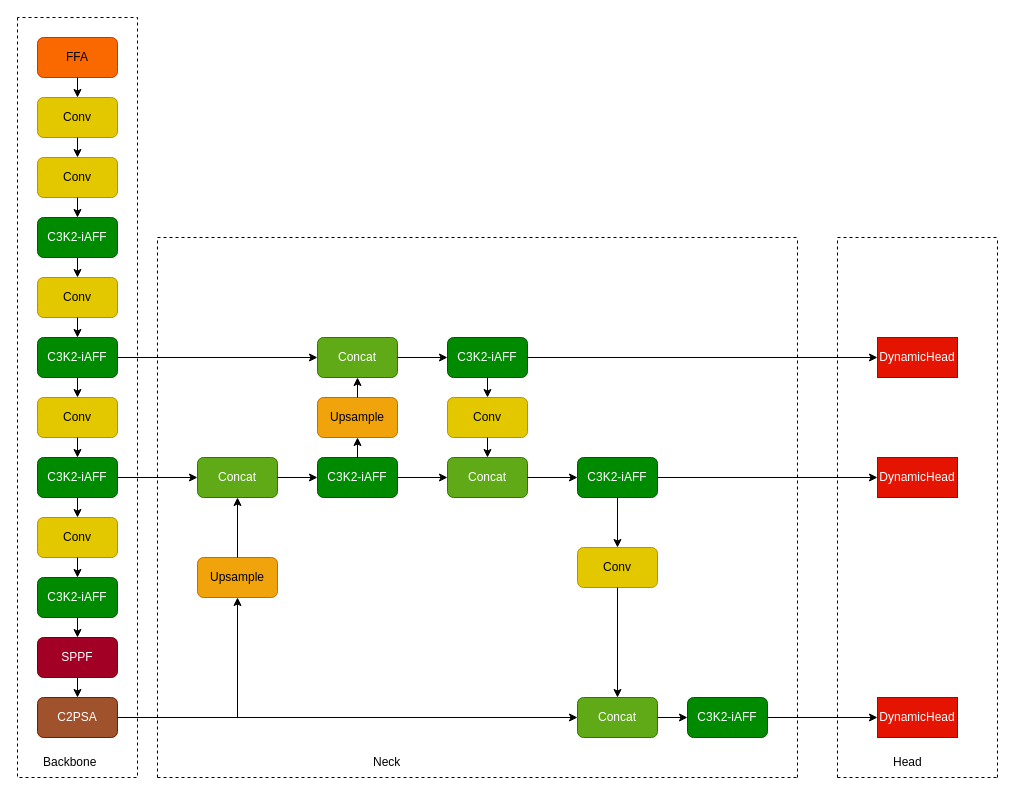
Earlier version of the draw.io diagram WFD-yolo11.drawio (lgq622/long). Source tidied: cells renumbered, new cells numbered last; positions are measured from the earlier drawing's top-left corner, leaving out a move shared by most shapes. Both pictures are drawn from the tidied source at 100%, with x=0, y=0 at pixel (17, 17).
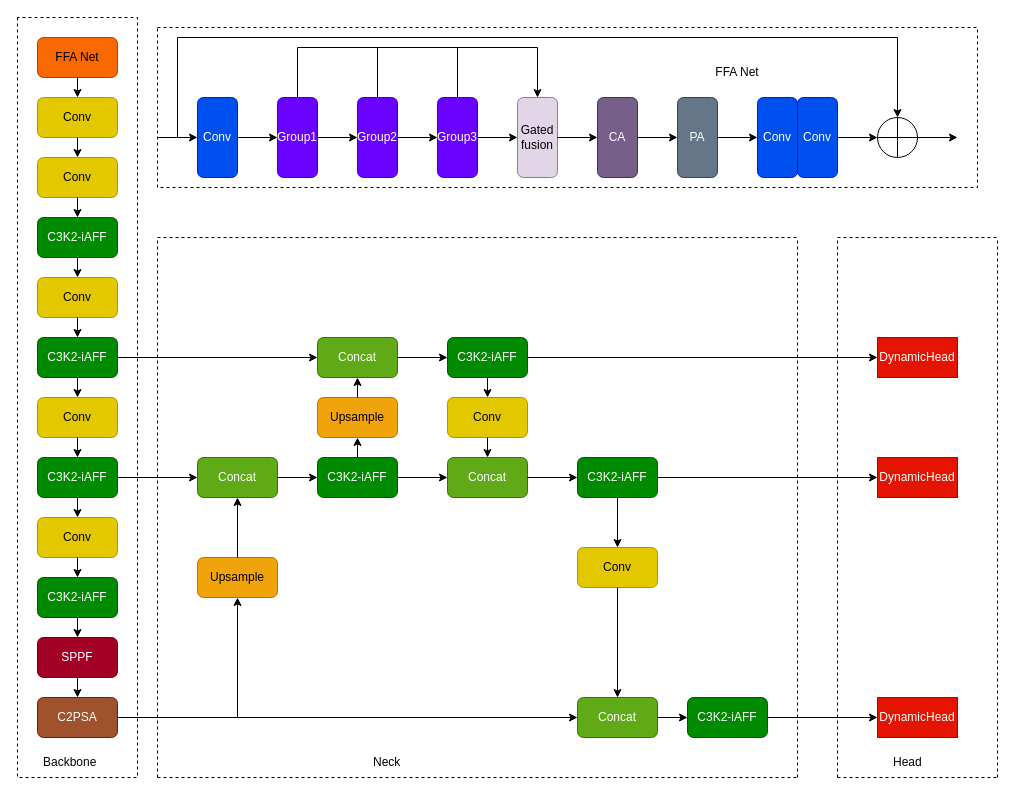
The same page after the edit.

What changed in the source:
```diff
@@
-    <mxCell id="20" value="FFA" style="rounded=1;whiteSpace=wrap;html=1;fillColor=#fa6800;strokeColor=#C73500;fontColor=#000000;" parent="1" vertex="1">
+    <mxCell id="20" value="FFA Net" style="rounded=1;whiteSpace=wrap;html=1;fillColor=#fa6800;strokeColor=#C73500;fontColor=#000000;" parent="1" vertex="1">
       <mxGeometry x="20" y="20" width="80" height="40" as="geometry" />
     </mxCell>
@@
+    <mxCell id="72" value="Conv" style="rounded=1;whiteSpace=wrap;html=1;fillColor=#0050ef;strokeColor=#001DBC;fontColor=#ffffff;direction=south;" parent="1" vertex="1">
+      <mxGeometry x="180" y="80" width="40" height="80" as="geometry" />
+    </mxCell>
+    <mxCell id="73" value="Group1" style="rounded=1;whiteSpace=wrap;html=1;fillColor=#6a00ff;fontColor=#ffffff;strokeColor=#3700CC;direction=south;" parent="1" vertex="1">
+      <mxGeometry x="260" y="80" width="40" height="80" as="geometry" />
+    </mxCell>
+    <mxCell id="74" value="Gated fusion" style="rounded=1;whiteSpace=wrap;html=1;fillColor=#e1d5e7;strokeColor=#9673a6;direction=south;" parent="1" vertex="1">
+      <mxGeometry x="500" y="80" width="40" height="80" as="geometry" />
+    </mxCell>
+    <mxCell id="75" value="CA" style="rounded=1;whiteSpace=wrap;html=1;fillColor=#76608a;fontColor=#ffffff;strokeColor=#432D57;direction=south;" parent="1" vertex="1">
+      <mxGeometry x="580" y="80" width="40" height="80" as="geometry" />
+    </mxCell>
+    <mxCell id="76" value="PA" style="rounded=1;whiteSpace=wrap;html=1;fillColor=#647687;fontColor=#ffffff;strokeColor=#314354;direction=south;" parent="1" vertex="1">
+      <mxGeometry x="660" y="80" width="40" height="80" as="geometry" />
+    </mxCell>
+    <mxCell id="77" style="endArrow=classic;html=1;rounded=0;" parent="1" edge="1" target="72">
+      <mxGeometry relative="1" as="geometry">
+        <mxPoint x="140" y="120" as="sourcePoint" />
+      </mxGeometry>
+    </mxCell>
+    <mxCell id="78" value="Group2" style="rounded=1;whiteSpace=wrap;html=1;fillColor=#6a00ff;fontColor=#ffffff;strokeColor=#3700CC;direction=south;" parent="1" vertex="1">
+      <mxGeometry x="340" y="80" width="40" height="80" as="geometry" />
+    </mxCell>
+    <mxCell id="79" value="Group3" style="rounded=1;whiteSpace=wrap;html=1;fillColor=#6a00ff;fontColor=#ffffff;strokeColor=#3700CC;direction=south;" parent="1" vertex="1">
+      <mxGeometry x="420" y="80" width="40" height="80" as="geometry" />
+    </mxCell>
+    <mxCell id="80" style="endArrow=classic;html=1;rounded=0;" parent="1" edge="1" source="72">
+      <mxGeometry relative="1" as="geometry">
+        <mxPoint x="260" y="120" as="targetPoint" />
+      </mxGeometry>
+    </mxCell>
+    <mxCell id="81" style="endArrow=classic;html=1;rounded=0;exitX=0.5;exitY=0;exitDx=0;exitDy=0;" parent="1" edge="1" source="73">
+      <mxGeometry relative="1" as="geometry">
+        <mxPoint x="340" y="120" as="targetPoint" />
+      </mxGeometry>
+    </mxCell>
+    <mxCell id="82" style="endArrow=classic;html=1;rounded=0;" parent="1" edge="1" source="78">
+      <mxGeometry relative="1" as="geometry">
+        <mxPoint x="420" y="120" as="targetPoint" />
+      </mxGeometry>
+    </mxCell>
+    <mxCell id="83" style="endArrow=classic;html=1;rounded=0;" parent="1" edge="1" source="79">
+      <mxGeometry relative="1" as="geometry">
+        <mxPoint x="500" y="120" as="targetPoint" />
+      </mxGeometry>
+    </mxCell>
+    <mxCell id="84" style="endArrow=classic;html=1;rounded=0;exitX=0.5;exitY=0;exitDx=0;exitDy=0;" parent="1" edge="1" source="74">
+      <mxGeometry relative="1" as="geometry">
+        <mxPoint x="580" y="120" as="targetPoint" />
+      </mxGeometry>
+    </mxCell>
+    <mxCell id="85" style="endArrow=classic;html=1;rounded=0;exitX=0.5;exitY=0;exitDx=0;exitDy=0;" parent="1" edge="1" source="75">
+      <mxGeometry relative="1" as="geometry">
+        <mxPoint x="660" y="120" as="targetPoint" />
+      </mxGeometry>
+    </mxCell>
+    <mxCell id="86" value="Conv" style="rounded=1;whiteSpace=wrap;html=1;fillColor=#0050ef;strokeColor=#001DBC;fontColor=#ffffff;direction=south;" parent="1" vertex="1">
+      <mxGeometry x="740" y="80" width="40" height="80" as="geometry" />
+    </mxCell>
+    <mxCell id="87" value="Conv" style="rounded=1;whiteSpace=wrap;html=1;fillColor=#0050ef;strokeColor=#001DBC;fontColor=#ffffff;direction=south;" parent="1" vertex="1">
+      <mxGeometry x="780" y="80" width="40" height="80" as="geometry" />
+    </mxCell>
+    <mxCell id="88" style="endArrow=classic;html=1;rounded=0;" parent="1" edge="1" source="76">
+      <mxGeometry relative="1" as="geometry">
+        <mxPoint x="740" y="120" as="targetPoint" />
+      </mxGeometry>
+    </mxCell>
+    <mxCell id="89" style="endArrow=classic;html=1;rounded=0;exitX=0.5;exitY=0;exitDx=0;exitDy=0;" parent="1" edge="1" source="87">
+      <mxGeometry relative="1" as="geometry">
+        <mxPoint x="860" y="120" as="targetPoint" />
+      </mxGeometry>
+    </mxCell>
+    <mxCell id="90" style="endArrow=classic;html=1;rounded=0;entryX=0.5;entryY=0;entryDx=0;entryDy=0;" parent="1" edge="1" target="91">
+      <mxGeometry relative="1" as="geometry">
+        <mxPoint x="160" y="120" as="sourcePoint" />
+        <Array as="points">
+          <mxPoint x="160" y="20" />
+          <mxPoint x="880" y="20" />
+        </Array>
+      </mxGeometry>
+    </mxCell>
+    <mxCell id="91" style="ellipse;whiteSpace=wrap;html=1;" parent="1" vertex="1">
+      <mxGeometry x="860" y="100" width="40" height="40" as="geometry" />
+    </mxCell>
+    <mxCell id="92" style="endArrow=none;html=1;rounded=0;entryX=0.5;entryY=0;entryDx=0;entryDy=0;exitX=0.5;exitY=1;exitDx=0;exitDy=0;" parent="1" edge="1" source="91" target="91">
+      <mxGeometry relative="1" as="geometry" />
+    </mxCell>
+    <mxCell id="93" style="endArrow=none;html=1;rounded=0;exitX=1;exitY=0.5;exitDx=0;exitDy=0;entryX=0;entryY=0.5;entryDx=0;entryDy=0;" parent="1" edge="1" source="91" target="91">
+      <mxGeometry relative="1" as="geometry" />
+    </mxCell>
+    <mxCell id="94" style="endArrow=classic;html=1;rounded=0;" parent="1" edge="1">
+      <mxGeometry relative="1" as="geometry">
+        <mxPoint x="900" y="120" as="sourcePoint" />
+        <mxPoint x="940" y="120" as="targetPoint" />
+      </mxGeometry>
+    </mxCell>
+    <mxCell id="95" style="endArrow=classic;html=1;rounded=0;exitX=0;exitY=0.5;exitDx=0;exitDy=0;entryX=0;entryY=0.5;entryDx=0;entryDy=0;" parent="1" edge="1" source="73" target="74">
+      <mxGeometry relative="1" as="geometry">
+        <Array as="points">
+          <mxPoint x="280" y="30" />
+          <mxPoint x="520" y="30" />
+        </Array>
+      </mxGeometry>
+    </mxCell>
+    <mxCell id="96" style="endArrow=none;html=1;rounded=0;exitX=0;exitY=0.5;exitDx=0;exitDy=0;" parent="1" edge="1" source="78">
+      <mxGeometry relative="1" as="geometry">
+        <mxPoint x="360" y="30" as="targetPoint" />
+      </mxGeometry>
+    </mxCell>
+    <mxCell id="97" style="endArrow=none;html=1;rounded=0;exitX=0;exitY=0.5;exitDx=0;exitDy=0;" parent="1" edge="1" source="79">
+      <mxGeometry relative="1" as="geometry">
+        <mxPoint x="440" y="30" as="targetPoint" />
+      </mxGeometry>
+    </mxCell>
+    <mxCell id="98" style="endArrow=none;dashed=1;html=1;rounded=0;" parent="1" edge="1">
+      <mxGeometry relative="1" as="geometry">
+        <mxPoint x="140" y="10" as="sourcePoint" />
+        <mxPoint x="140" y="10" as="targetPoint" />
+        <Array as="points">
+          <mxPoint x="960" y="10" />
+          <mxPoint x="960" y="170" />
+          <mxPoint x="140" y="170" />
+        </Array>
+      </mxGeometry>
+    </mxCell>
+    <mxCell id="99" value="FFA Net" style="text;html=1;align=center;verticalAlign=middle;whiteSpace=wrap;rounded=0;" parent="1" vertex="1">
+      <mxGeometry x="690" y="40" width="60" height="30" as="geometry" />
+    </mxCell>
```
